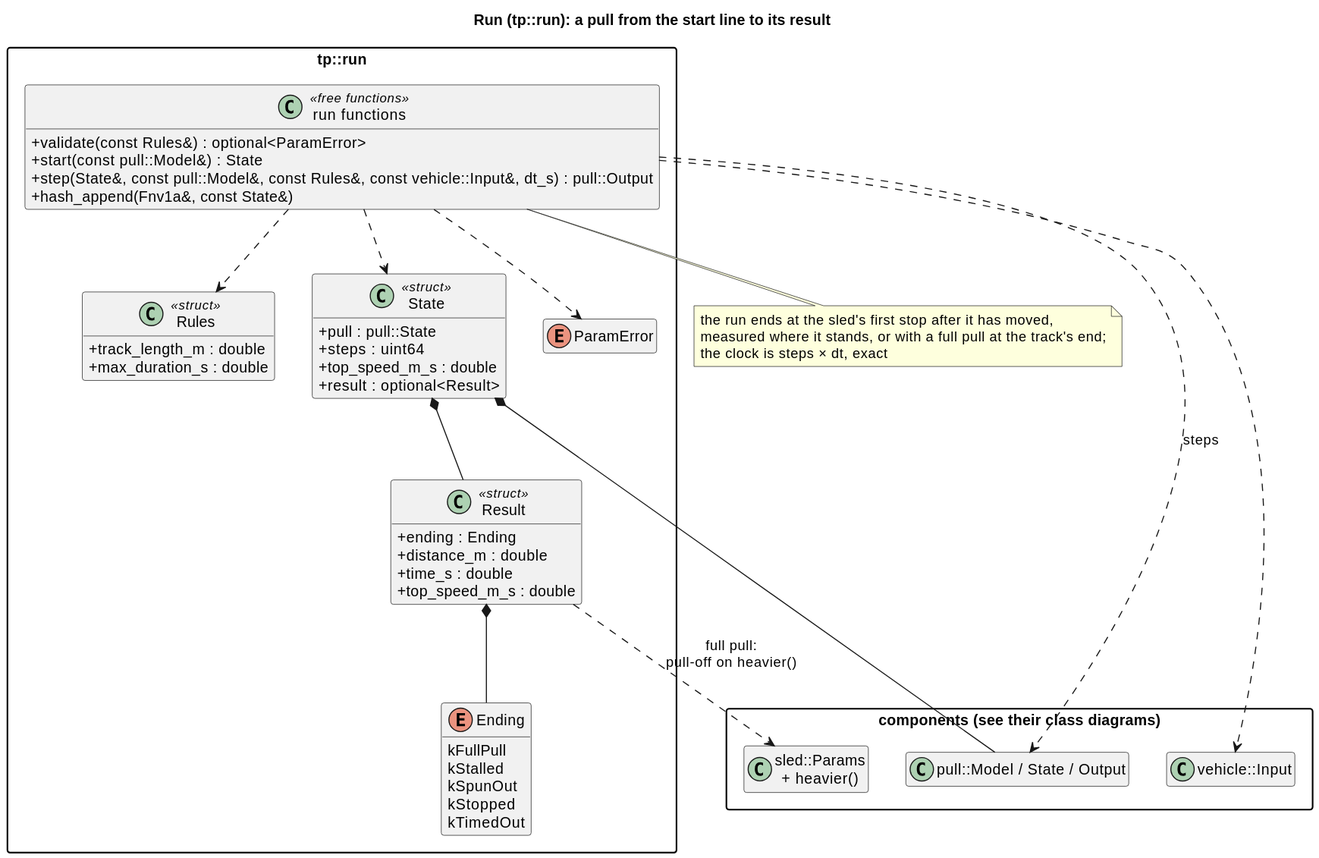
This is docs/diagrams/svg/run_classes.svg from wversteeg/TractorPulling, a PlantUML export, as it was before one commit. The source it was exported from:
```plantuml
@startuml
title Run (tp::run): a pull from the start line to its result
hide empty members
skinparam packageStyle rectangle
skinparam classAttributeIconSize 0

package "components (see their class diagrams)" {
  class "pull::Model / State / Output" as Pull
  class "sled::Params\n+ heavier()" as Sled
  class "vehicle::Input" as Input
}

package "tp::run" {
  class Rules <<struct>> {
    +track_length_m : double
    +max_duration_s : double
  }
  enum Ending {
    kFullPull
    kStalled
    kSpunOut
    kStopped
    kTimedOut
  }
  class Result <<struct>> {
    +ending : Ending
    +distance_m : double
    +time_s : double
    +top_speed_m_s : double
  }
  class State <<struct>> {
    +pull : pull::State
    +steps : uint64
    +top_speed_m_s : double
    +result : optional<Result>
  }
  enum ParamError
  class "run functions" as RunFns <<free functions>> {
    +validate(const Rules&) : optional<ParamError>
    +start(const pull::Model&) : State
    +step(State&, const pull::Model&, const Rules&, const vehicle::Input&, dt_s) : pull::Output
    +hash_append(Fnv1a&, const State&)
  }
  Result *-- Ending
  State *-- Result
  RunFns ..> Rules
  RunFns ..> State
  RunFns ..> ParamError
}
State *-- Pull
RunFns ..> Input
RunFns ..> Pull : steps
Result ..> Sled : full pull:\npull-off on heavier()
note bottom of RunFns
  the run ends at the sled's first stop after it has moved,
  measured where it stands, or with a full pull at the track's end;
  the clock is steps × dt, exact
end note
@enduml
```
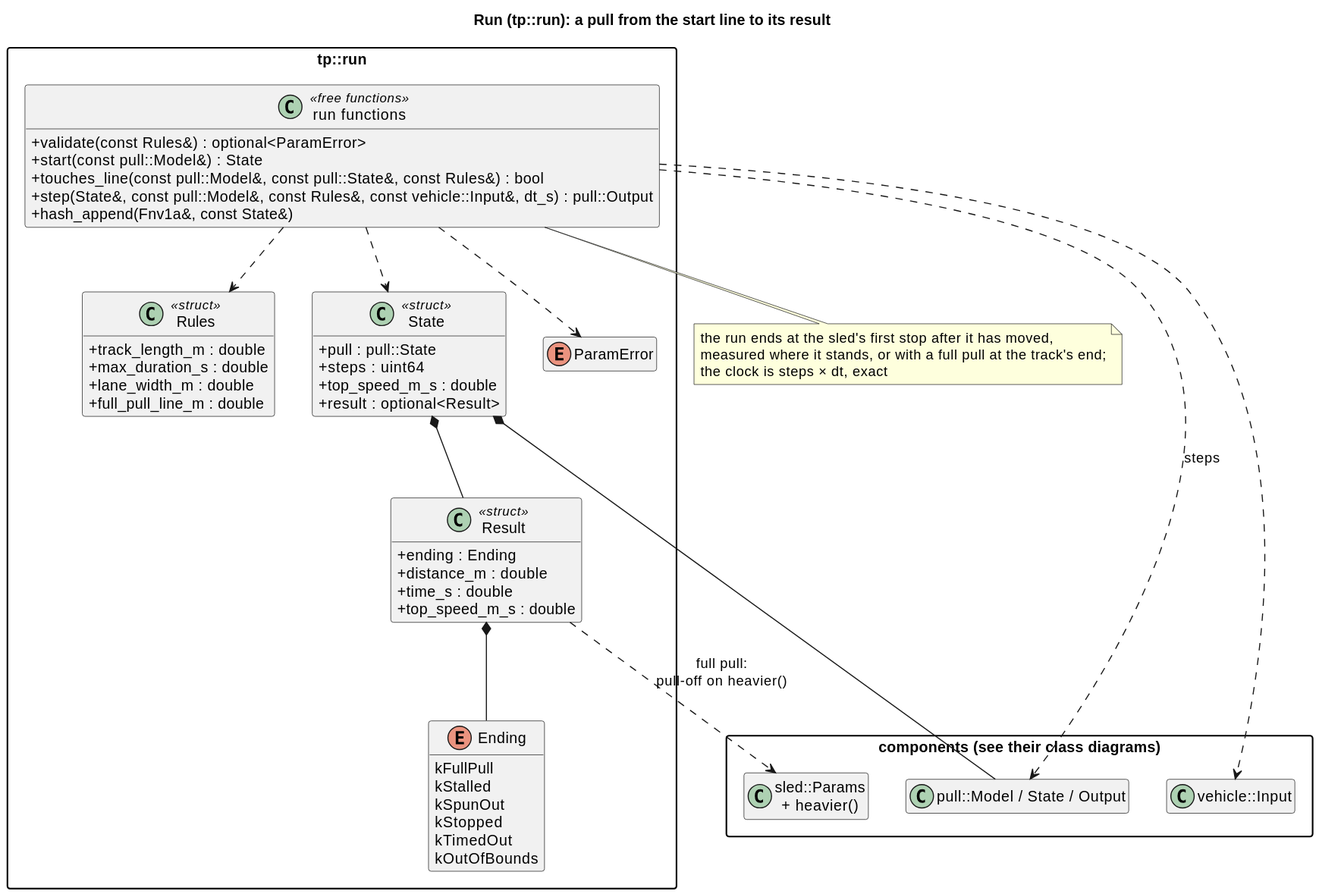
Later version of the same file.

The edit, as a diff of the source:
```diff
@@ -14,6 +14,8 @@
   class Rules <<struct>> {
     +track_length_m : double
     +max_duration_s : double
+    +lane_width_m : double
+    +full_pull_line_m : double
   }
   enum Ending {
     kFullPull
@@ -21,6 +23,7 @@
     kSpunOut
     kStopped
     kTimedOut
+    kOutOfBounds
   }
   class Result <<struct>> {
     +ending : Ending
@@ -38,6 +41,7 @@
   class "run functions" as RunFns <<free functions>> {
     +validate(const Rules&) : optional<ParamError>
     +start(const pull::Model&) : State
+    +touches_line(const pull::Model&, const pull::State&, const Rules&) : bool
     +step(State&, const pull::Model&, const Rules&, const vehicle::Input&, dt_s) : pull::Output
     +hash_append(Fnv1a&, const State&)
   }
```
